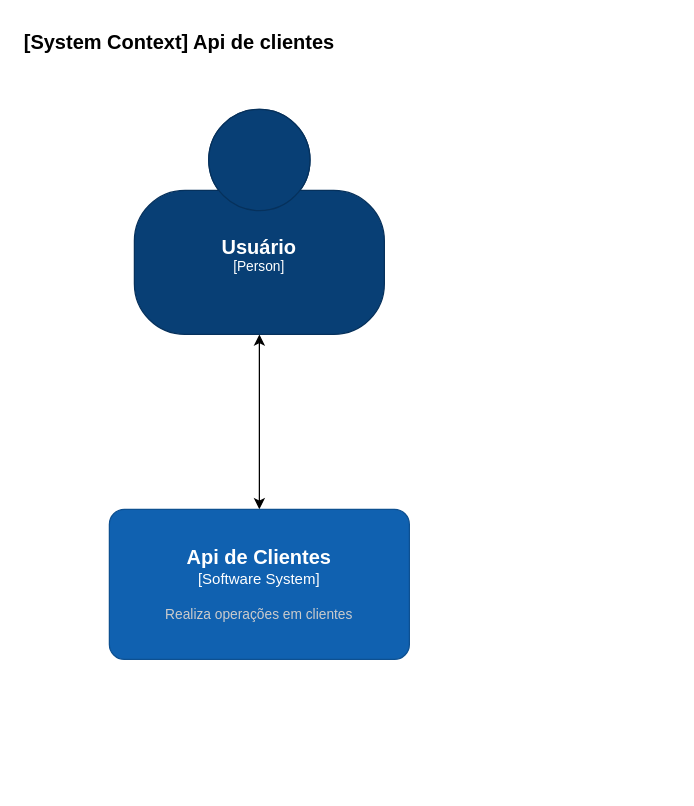
Above: src/Diagramas/System Context.drawio in ViniciusHerculano/ASF-XPE-DesafioFinal (draw.io), before the change. Source tidied: cells renumbered, new cells numbered last; positions are measured from the earlier drawing's top-left corner, leaving out a move shared by most shapes. Both pictures are drawn from the tidied source at 125%, with x=0, y=0 at pixel (21, 21).
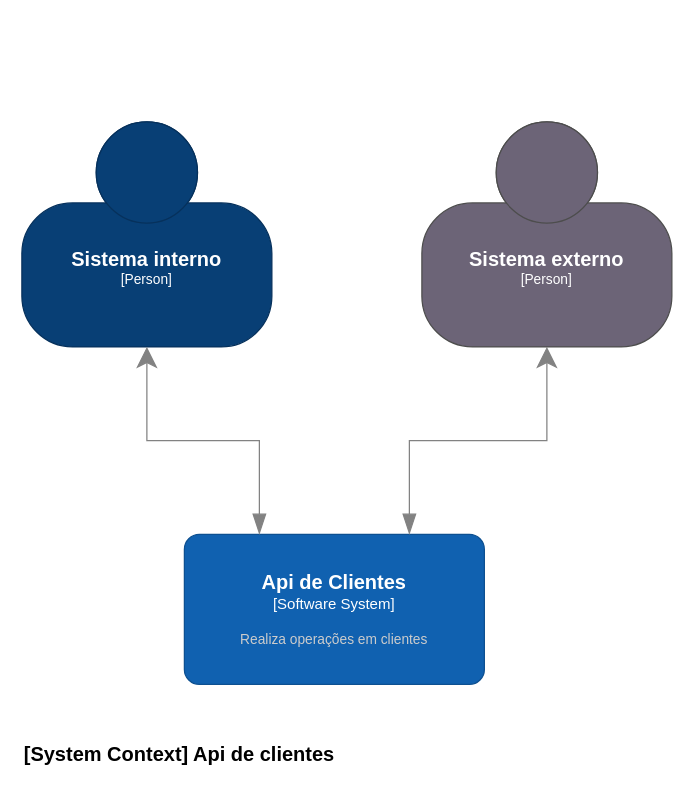
After the change.

Commit message (it also covers changes not shown here):
Atualizado diagramas

What changed in the source:
```diff
@@
 <mxGraphModel>
   <root>
     <mxCell id="0" />
     <mxCell id="1" parent="0" />
-    <mxCell id="2" style="edgeStyle=orthogonalEdgeStyle;rounded=0;jettySize=auto;html=1;startArrow=classic;startFill=1;" parent="1" edge="1" source="3" target="4">
-      <mxGeometry relative="1" as="geometry" />
-    </mxCell>
-    <object id="3" label="&lt;font style=&quot;font-size: 16px&quot;&gt;&lt;b&gt;%c4Name%&lt;/b&gt;&lt;/font&gt;&lt;div&gt;[%c4Type%]&lt;/div&gt;&lt;br&gt;&lt;div&gt;&lt;font style=&quot;font-size: 11px&quot;&gt;&lt;font color=&quot;#cccccc&quot;&gt;%c4Description%&lt;/font&gt;&lt;/div&gt;" c4Description="" c4Name="Usuário" c4Type="Person" placeholders="1">
-      <mxCell style="html=1;fontSize=11;dashed=0;whiteSpace=wrap;fillColor=#083F75;strokeColor=#06315C;fontColor=#ffffff;shape=mxgraph.c4.person2;align=center;points=[[0.5,0,0],[1,0.5,0],[1,0.75,0],[0.75,1,0],[0.5,1,0],[0.25,1,0],[0,0.75,0],[0,0.5,0]];" parent="1" vertex="1">
-        <mxGeometry x="90" y="70" width="200" height="180" as="geometry" />
-      </mxCell>
-    </object>
     <object id="4" label="&lt;font style=&quot;font-size: 16px&quot;&gt;&lt;b&gt;%c4Name%&lt;/b&gt;&lt;/font&gt;&lt;div&gt;[%c4Type%]&lt;/div&gt;&lt;br&gt;&lt;div&gt;&lt;font style=&quot;font-size: 11px&quot;&gt;&lt;font color=&quot;#cccccc&quot;&gt;%c4Description%&lt;/font&gt;&lt;/div&gt;" c4Description="Realiza operações em clientes" c4Name="Api de Clientes" c4Type="Software System" placeholders="1">
       <mxCell style="rounded=1;whiteSpace=wrap;html=1;labelBackgroundColor=none;fillColor=#1061B0;fontColor=#ffffff;align=center;arcSize=10;strokeColor=#0D5091;points=[[0.25,0,0],[0.5,0,0],[0.75,0,0],[1,0.25,0],[1,0.5,0],[1,0.75,0],[0.75,1,0],[0.5,1,0],[0.25,1,0],[0,0.75,0],[0,0.5,0],[0,0.25,0]];" parent="1" vertex="1">
-        <mxGeometry x="70" y="390" width="240" height="120" as="geometry" />
+        <mxGeometry x="130" y="410" width="240" height="120" as="geometry" />
       </mxCell>
     </object>
     <object id="5" label="&lt;font style=&quot;font-size: 16px&quot;&gt;&lt;b&gt;&lt;div style=&quot;text-align: left&quot;&gt;%c4Name%&lt;/div&gt;&lt;/b&gt;&lt;/font&gt;&lt;div style=&quot;text-align: left&quot;&gt;%c4Description%&lt;/div&gt;" c4Description="" c4Name="[System Context] Api de clientes" placeholders="1">
       <mxCell style="text;html=1;strokeColor=none;fillColor=none;align=left;verticalAlign=top;whiteSpace=wrap;rounded=0;" parent="1" vertex="1">
-        <mxGeometry width="260" height="40" as="geometry" />
+        <mxGeometry y="570" width="260" height="40" as="geometry" />
       </mxCell>
     </object>
+    <object id="3" label="&lt;font style=&quot;font-size: 16px&quot;&gt;&lt;b&gt;%c4Name%&lt;/b&gt;&lt;/font&gt;&lt;div&gt;[%c4Type%]&lt;/div&gt;&lt;br&gt;&lt;div&gt;&lt;font style=&quot;font-size: 11px&quot;&gt;&lt;font color=&quot;#cccccc&quot;&gt;%c4Description%&lt;/font&gt;&lt;/div&gt;" c4Description="" c4Name="Sistema interno" c4Type="Person" placeholders="1">
+      <mxCell style="html=1;fontSize=11;dashed=0;whiteSpace=wrap;fillColor=#083F75;strokeColor=#06315C;fontColor=#ffffff;shape=mxgraph.c4.person2;align=center;points=[[0.5,0,0],[1,0.5,0],[1,0.75,0],[0.75,1,0],[0.5,1,0],[0.25,1,0],[0,0.75,0],[0,0.5,0]];" parent="1" vertex="1">
+        <mxGeometry y="80" width="200" height="180" as="geometry" />
+      </mxCell>
+    </object>
+    <mxCell id="2" style="endArrow=blockThin;html=1;fontSize=10;fontColor=#404040;strokeWidth=1;endFill=1;strokeColor=#828282;elbow=vertical;endSize=14;startSize=14;jumpStyle=arc;jumpSize=16;rounded=0;edgeStyle=orthogonalEdgeStyle;exitX=0.5;exitY=1;exitDx=0;exitDy=0;exitPerimeter=0;entryX=0.25;entryY=0;entryDx=0;entryDy=0;entryPerimeter=0;startArrow=classic;startFill=1;" parent="1" edge="1" source="3" target="4">
+      <mxGeometry relative="1" as="geometry" />
+    </mxCell>
+    <mxCell id="6" style="endArrow=blockThin;html=1;fontSize=10;fontColor=#404040;strokeWidth=1;endFill=1;strokeColor=#828282;elbow=vertical;endSize=14;startSize=14;jumpStyle=arc;jumpSize=16;rounded=0;edgeStyle=orthogonalEdgeStyle;exitX=0.5;exitY=1;exitDx=0;exitDy=0;exitPerimeter=0;entryX=0.75;entryY=0;entryDx=0;entryDy=0;entryPerimeter=0;startArrow=classic;startFill=1;" parent="1" edge="1" source="7" target="4">
+      <mxGeometry relative="1" as="geometry" />
+    </mxCell>
+    <object id="7" label="&lt;font style=&quot;font-size: 16px&quot;&gt;&lt;b&gt;%c4Name%&lt;/b&gt;&lt;/font&gt;&lt;div&gt;[%c4Type%]&lt;/div&gt;&lt;br&gt;&lt;div&gt;&lt;font style=&quot;font-size: 11px&quot;&gt;&lt;font color=&quot;#cccccc&quot;&gt;%c4Description%&lt;/font&gt;&lt;/div&gt;" c4Description="" c4Name="Sistema externo" c4Type="Person" placeholders="1">
+      <mxCell style="html=1;fontSize=11;dashed=0;whiteSpace=wrap;fillColor=#6C6477;strokeColor=#4D4D4D;fontColor=#ffffff;shape=mxgraph.c4.person2;align=center;points=[[0.5,0,0],[1,0.5,0],[1,0.75,0],[0.75,1,0],[0.5,1,0],[0.25,1,0],[0,0.75,0],[0,0.5,0]];" parent="1" vertex="1">
+        <mxGeometry x="320" y="80" width="200" height="180" as="geometry" />
+      </mxCell>
+    </object>
   </root>
 </mxGraphModel>
```
